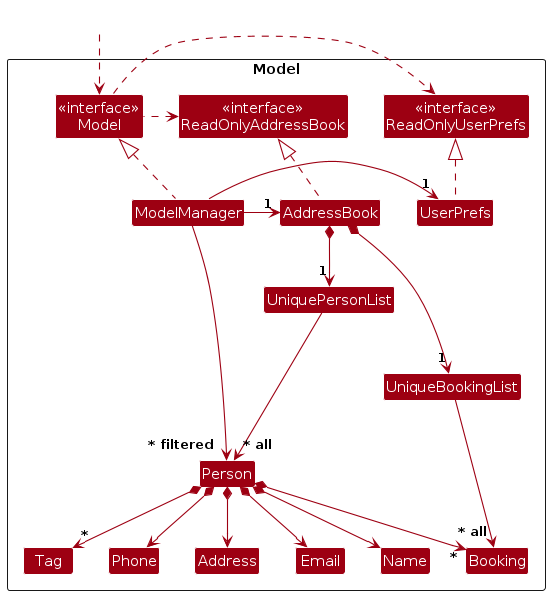
This is diagrams/ModelClassDiagram.png from AY2425S2-CS2103T-T08-2/tp, a PlantUML export, as it was before one commit. Its source is kept beside it as diagrams/ModelClassDiagram.puml.
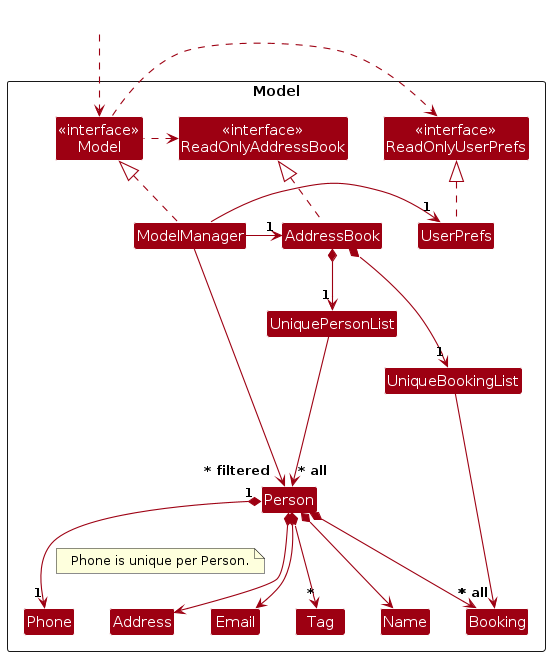
The same diagram one commit later.

What changed in the source:
```diff
@@ -42,7 +42,10 @@
 UniquePersonList --> "~* all" Person
 UniqueBookingList --> "~* all" Booking
 Person *--> Name
-Person *--> Phone
+Person "1" *--> "1" Phone
+note on link
+  Phone is unique per Person.
+end note
 Person *--> Email
 Person *--> Address
 Person *--> "*" Tag
```
